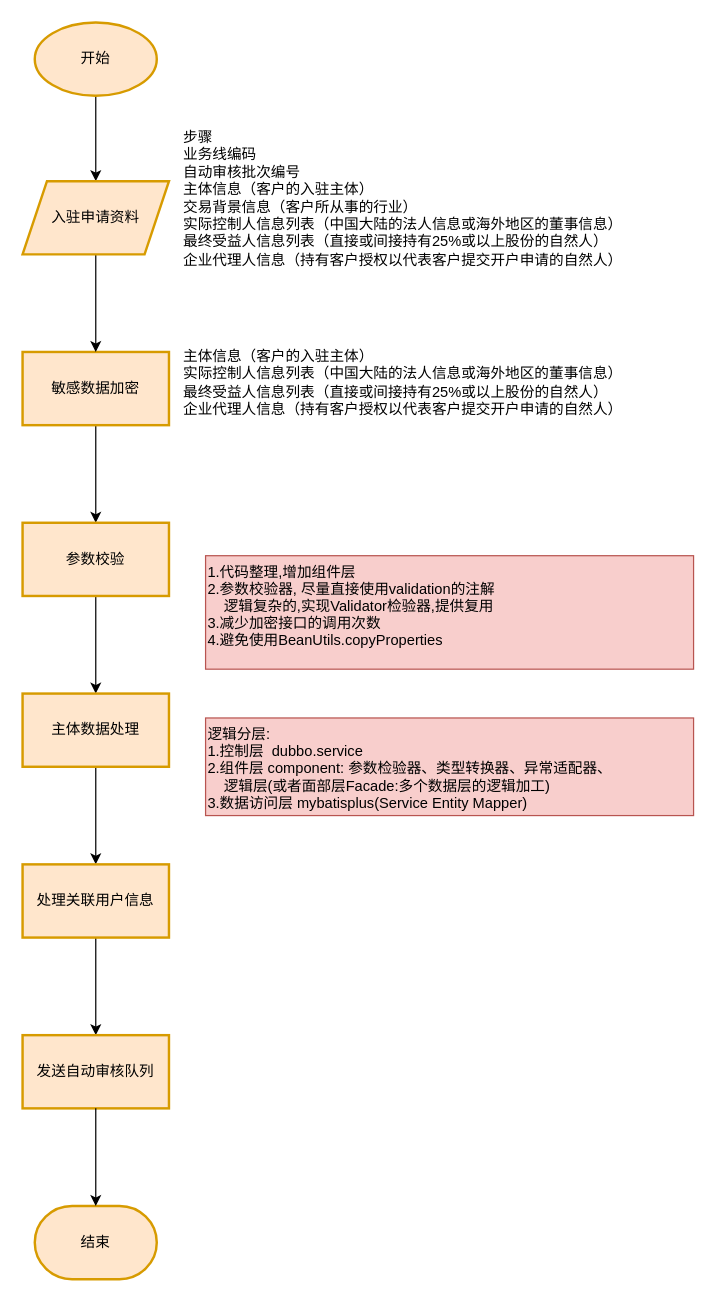
This is 商户入驻.drawio from SteveGlory/steveglory.github.io, a draw.io file, before an edit. Source tidied: cells renumbered, new cells numbered last; positions are measured from the earlier drawing's top-left corner, leaving out a move shared by most shapes. Both pictures are drawn from the tidied source at 122%, with x=0, y=0 at pixel (22, 22).
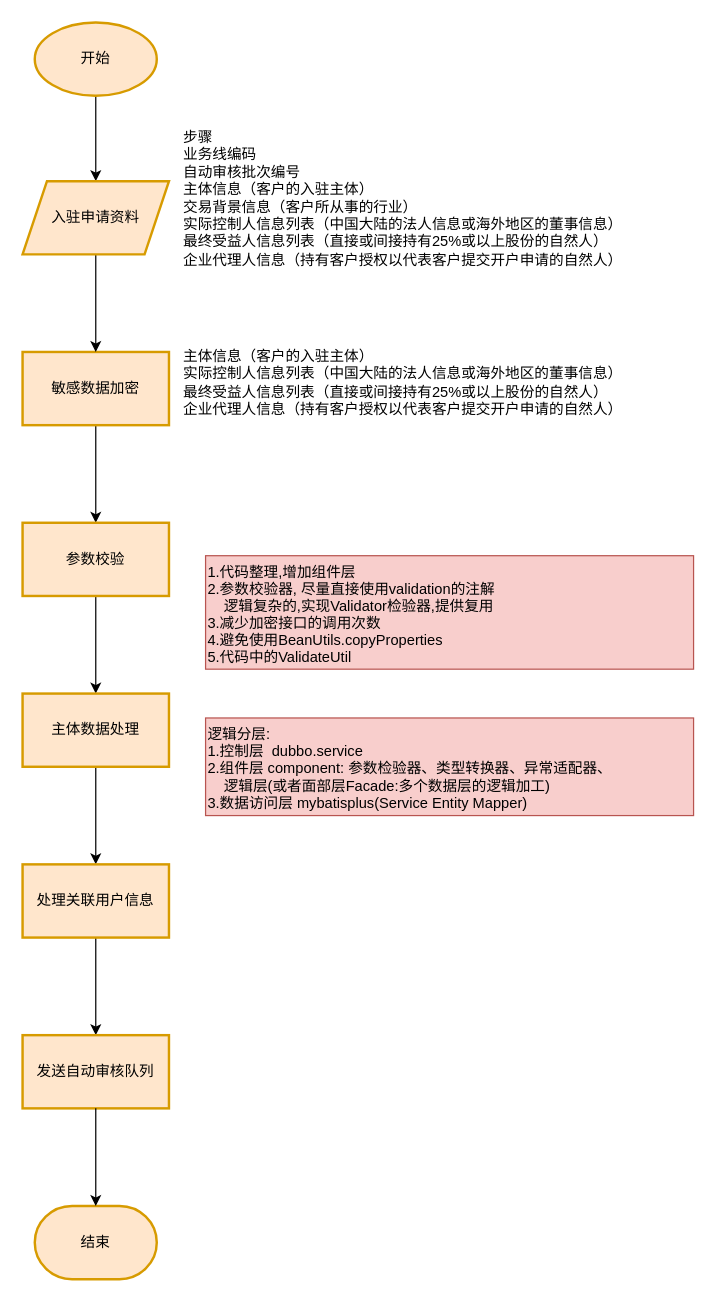
The same page after the edit.

Commit message:
更新商户入驻.drawio

The edit, as a diff of the source:
```diff
@@
-    <mxCell id="19" value="1.代码整理,增加组件层&#10;2.参数校验器, 尽量直接使用validation的注解&#10;    逻辑复杂的,实现Validator检验器,提供复用&#10;3.减少加密接口的调用次数&#10;4.避免使用BeanUtils.copyProperties" style="group;fillColor=#f8cecc;strokeColor=#b85450;align=left;" parent="1" vertex="1">
+    <mxCell id="19" value="1.代码整理,增加组件层&#10;2.参数校验器, 尽量直接使用validation的注解&#10;    逻辑复杂的,实现Validator检验器,提供复用&#10;3.减少加密接口的调用次数&#10;4.避免使用BeanUtils.copyProperties&#10;5.代码中的ValidateUtil" style="group;fillColor=#f8cecc;strokeColor=#b85450;align=left;" parent="1" vertex="1">
       <mxGeometry x="150" y="437" width="400" height="93" as="geometry" />
     </mxCell>
```
